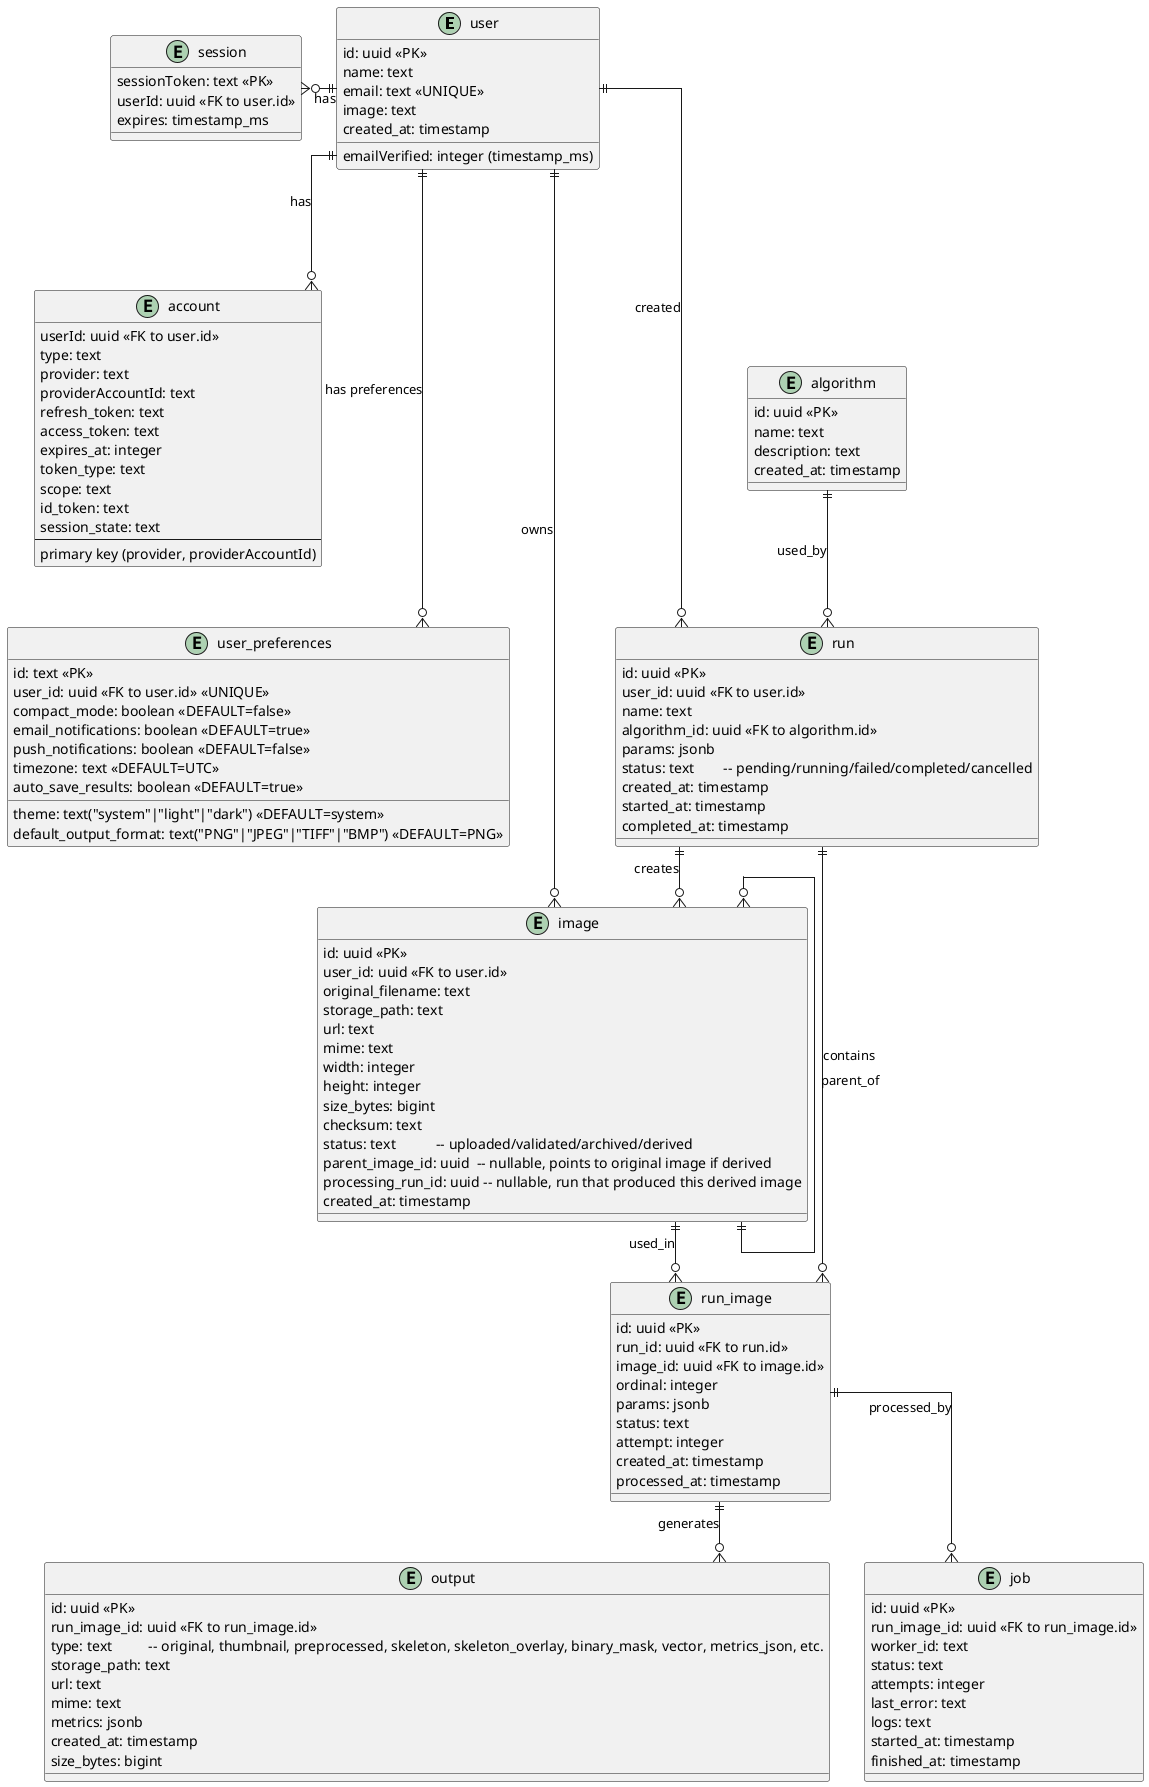
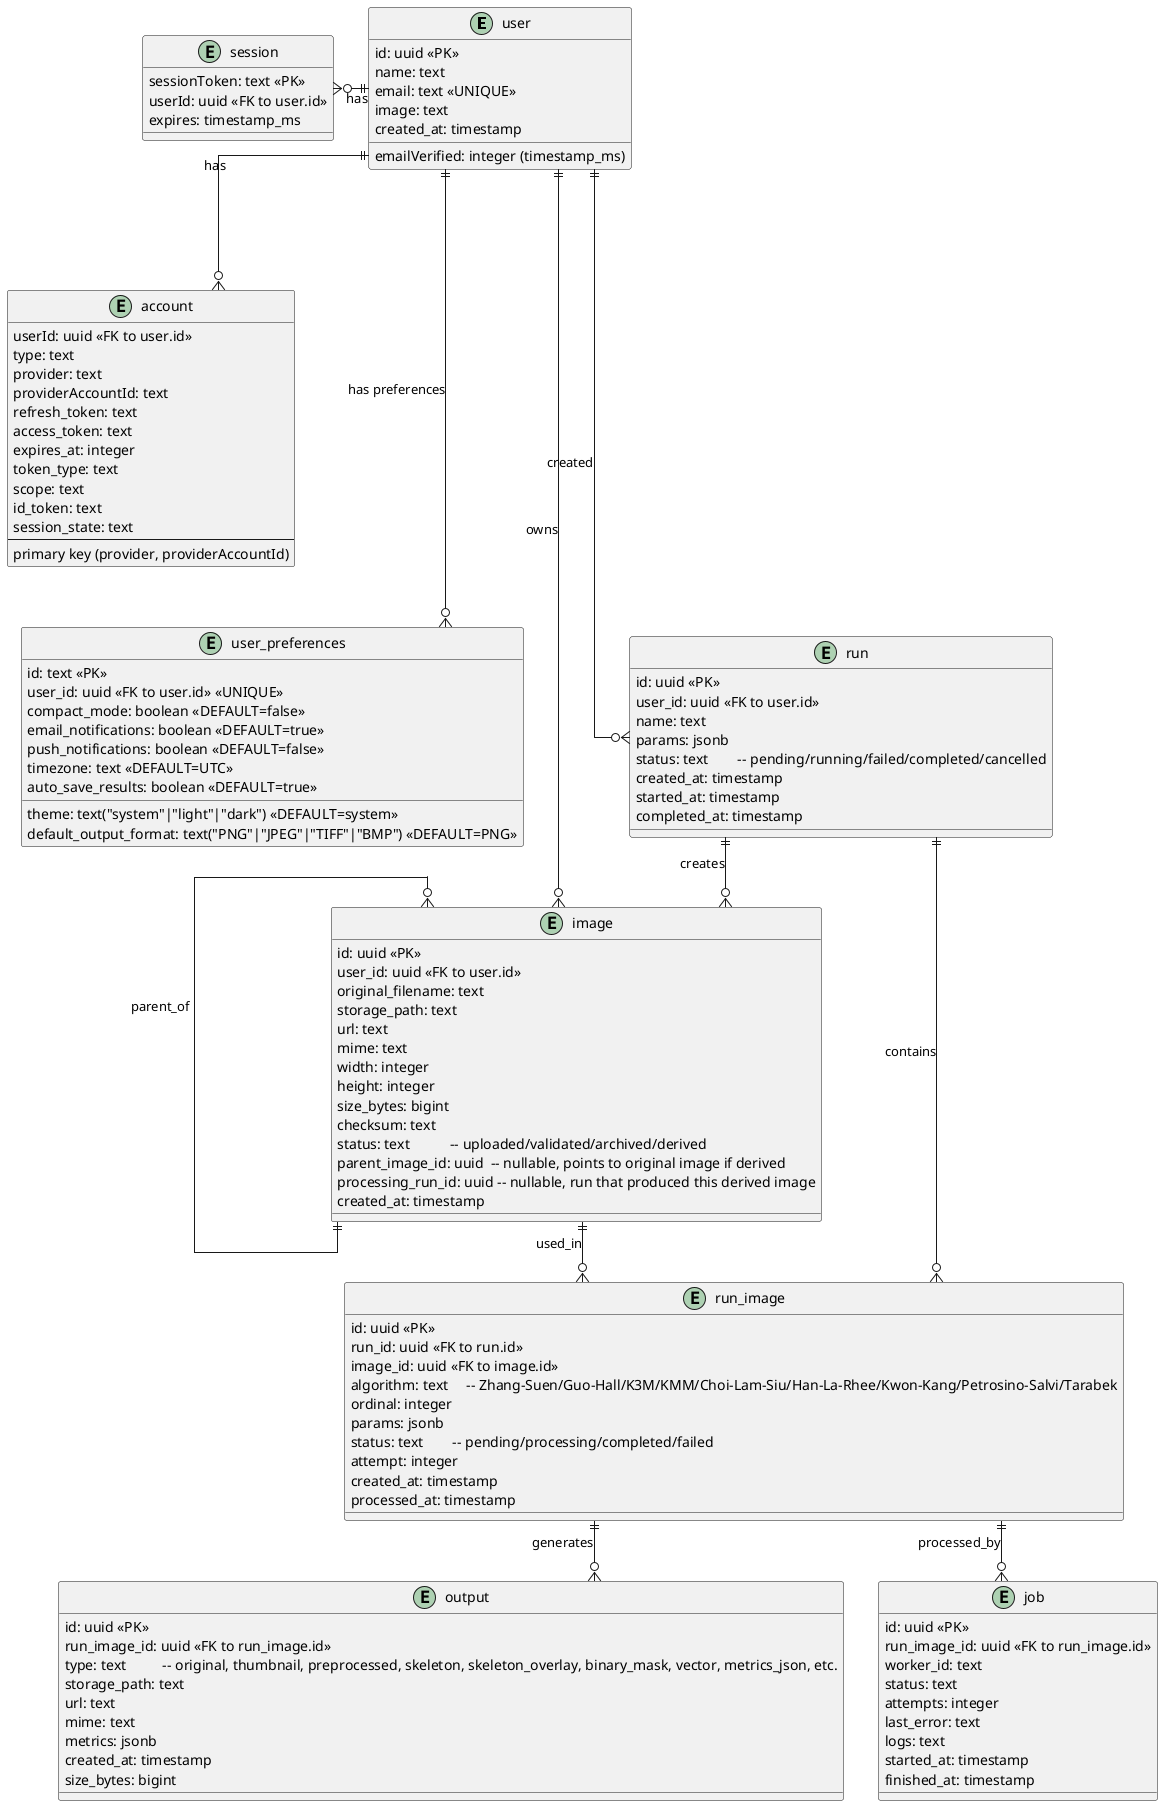
@startuml
skinparam linetype ortho

entity user {
  id: uuid <<PK>>
  name: text
  email: text <<UNIQUE>>
  emailVerified: integer (timestamp_ms)
  image: text
  created_at: timestamp
}

entity account {
  userId: uuid <<FK to user.id>>
  type: text
  provider: text
  providerAccountId: text
  refresh_token: text
  access_token: text
  expires_at: integer
  token_type: text
  scope: text
  id_token: text
  session_state: text
  --
  primary key (provider, providerAccountId)
}

entity session {
  sessionToken: text <<PK>>
  userId: uuid <<FK to user.id>>
  expires: timestamp_ms
}

entity user_preferences {
  id: text <<PK>>
  user_id: uuid <<FK to user.id>> <<UNIQUE>>
  theme: text("system"|"light"|"dark") <<DEFAULT=system>>
  compact_mode: boolean <<DEFAULT=false>>
  email_notifications: boolean <<DEFAULT=true>>
  push_notifications: boolean <<DEFAULT=false>>
  timezone: text <<DEFAULT=UTC>>
  auto_save_results: boolean <<DEFAULT=true>>
  default_output_format: text("PNG"|"JPEG"|"TIFF"|"BMP") <<DEFAULT=PNG>>
}

entity image {
  id: uuid <<PK>>
  user_id: uuid <<FK to user.id>>
  original_filename: text
  storage_path: text
  url: text
  mime: text
  width: integer
  height: integer
  size_bytes: bigint
  checksum: text
  status: text           -- uploaded/validated/archived/derived
  parent_image_id: uuid  -- nullable, points to original image if derived
  processing_run_id: uuid -- nullable, run that produced this derived image
  created_at: timestamp
}

- entity algorithm {
-   id: uuid <<PK>>
-   name: text
-   description: text
-   created_at: timestamp
- }
- 
entity run {
  id: uuid <<PK>>
  user_id: uuid <<FK to user.id>>
  name: text
-   algorithm_id: uuid <<FK to algorithm.id>>
  params: jsonb
  status: text        -- pending/running/failed/completed/cancelled
  created_at: timestamp
  started_at: timestamp
  completed_at: timestamp
}

entity run_image {
  id: uuid <<PK>>
  run_id: uuid <<FK to run.id>>
  image_id: uuid <<FK to image.id>>
+   algorithm: text     -- Zhang-Suen/Guo-Hall/K3M/KMM/Choi-Lam-Siu/Han-La-Rhee/Kwon-Kang/Petrosino-Salvi/Tarabek
  ordinal: integer
  params: jsonb
-   status: text
+   status: text        -- pending/processing/completed/failed
  attempt: integer
  created_at: timestamp
  processed_at: timestamp
}

entity output {
  id: uuid <<PK>>
  run_image_id: uuid <<FK to run_image.id>>
  type: text          -- original, thumbnail, preprocessed, skeleton, skeleton_overlay, binary_mask, vector, metrics_json, etc.
  storage_path: text
  url: text
  mime: text
  metrics: jsonb
  created_at: timestamp
  size_bytes: bigint
}

entity job {
  id: uuid <<PK>>
  run_image_id: uuid <<FK to run_image.id>>
  worker_id: text
  status: text
  attempts: integer
  last_error: text
  logs: text
  started_at: timestamp
  finished_at: timestamp
}

' Relationships
user ||-left-o{ session : has
user ||-down--o{ account : has
user ||--down--o{ user_preferences : has preferences
user ||--down--o{ image : owns
user ||--down--o{ run : created
- algorithm ||--o{ run : used_by
run ||--o{ run_image : contains
image ||--o{ run_image : used_in
run_image ||--o{ output : generates
run_image ||--o{ job : processed_by

' New relationships for provenance
image }o--|| image : parent_of
run ||--o{ image : creates

@enduml
